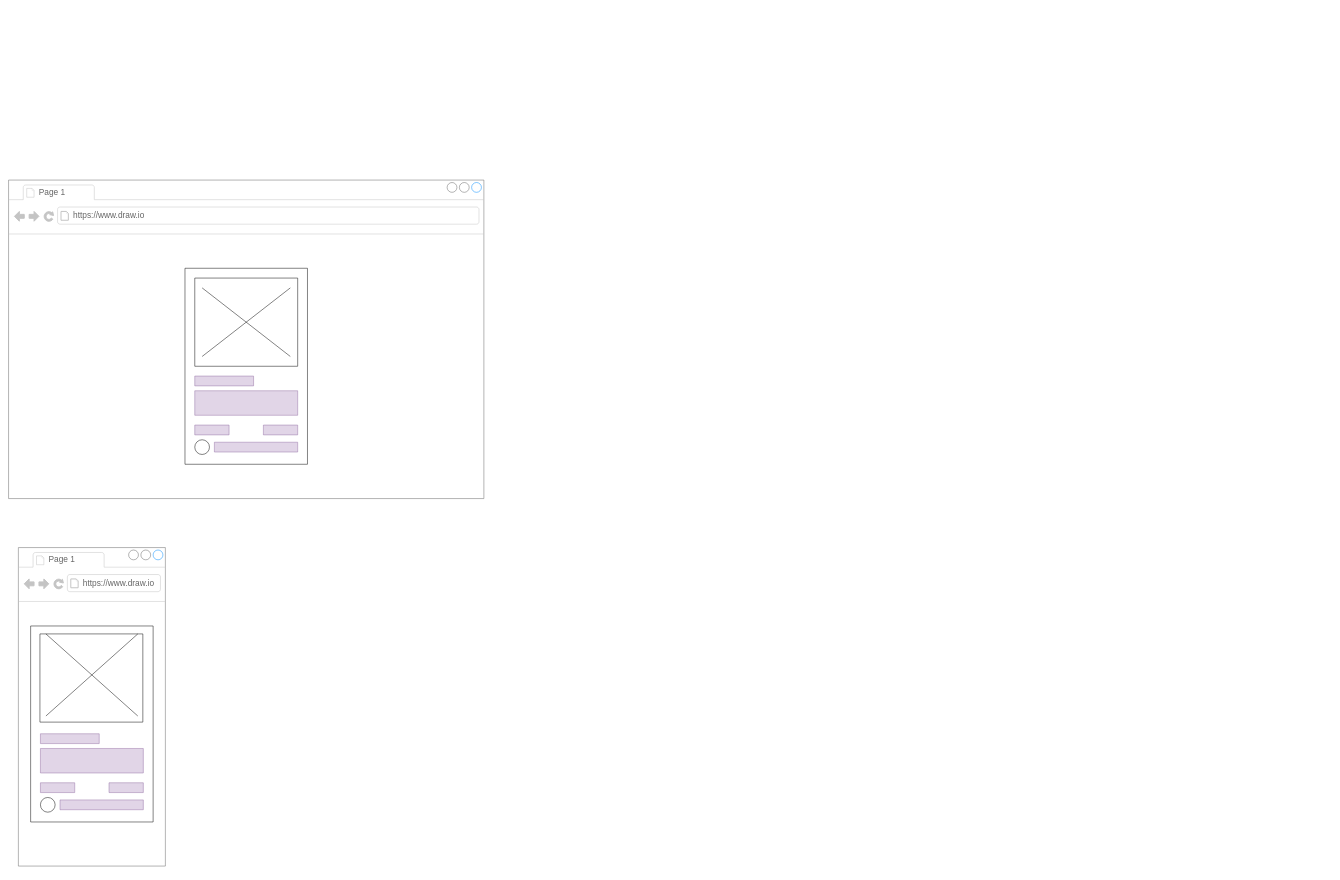
Above: Diagrama sem nome.drawio in AydomSantos/draw-Diagramas-e-Fluxogramas (draw.io), before the change. Source tidied: cells renumbered, new cells numbered last; positions are measured from the earlier drawing's top-left corner, leaving out a move shared by most shapes. Both pictures are drawn from the tidied source at 49%, with x=0, y=0 at pixel (8, 180).
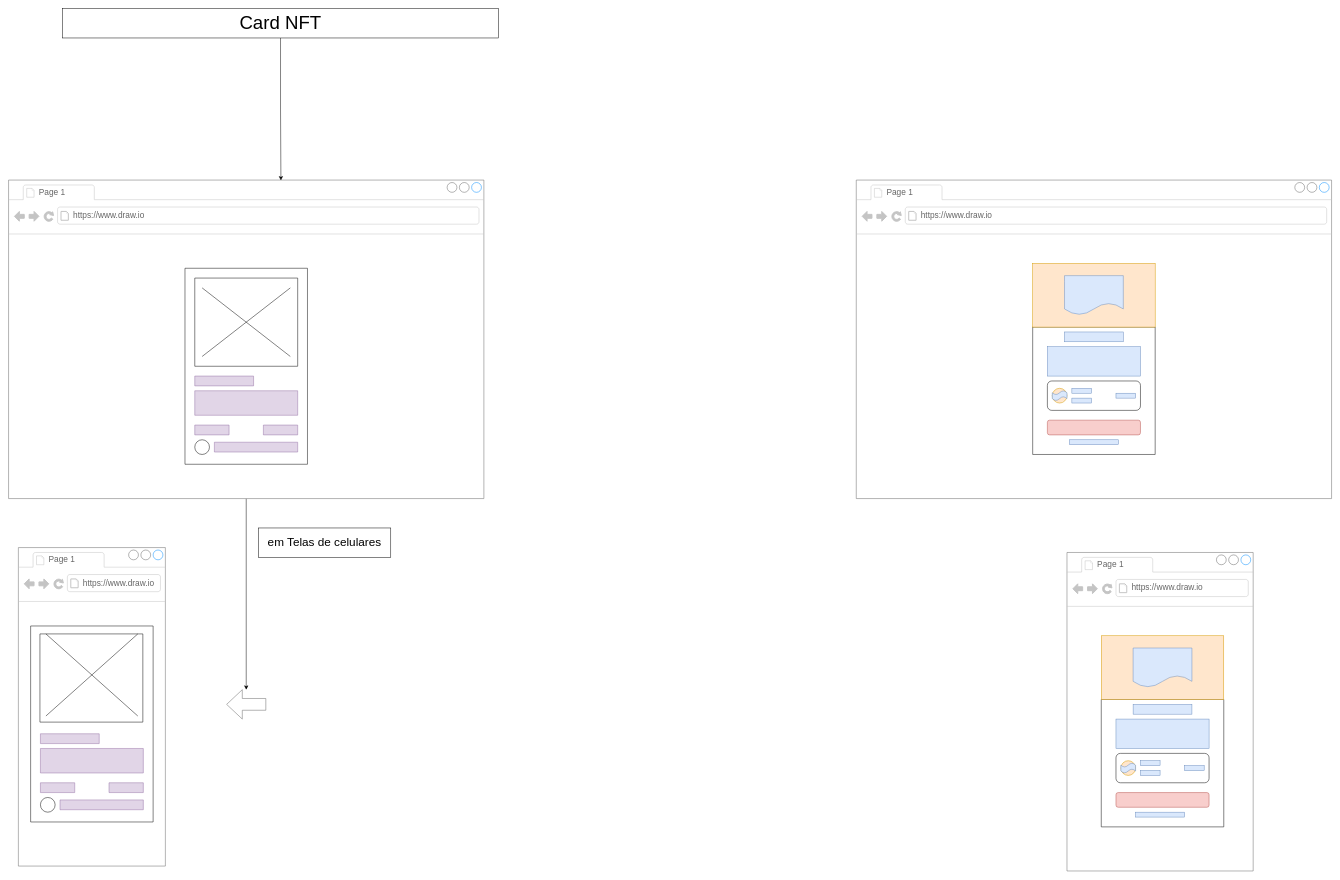
After the change.

The change refers to these unchanged cells:
```xml
<mxCell id="2" style="strokeWidth=1;shadow=0;dashed=0;align=center;html=1;shape=mxgraph.mockup.containers.browserWindow;rSize=0;strokeColor=#666666;strokeColor2=#008cff;strokeColor3=#c4c4c4;mainText=,;" parent="1" vertex="1">
  <mxGeometry width="970" height="650" as="geometry" />
</mxCell>
```

Change to the diagram source:
```diff
@@
+    <mxCell id="26" style="edgeStyle=orthogonalEdgeStyle;rounded=0;jettySize=auto;html=1;" parent="1" edge="1" source="2" target="29">
+      <mxGeometry relative="1" as="geometry" />
+    </mxCell>
@@
+    <mxCell id="27" style="edgeStyle=orthogonalEdgeStyle;rounded=0;jettySize=auto;html=1;entryX=0.573;entryY=0.001;entryDx=0;entryDy=0;entryPerimeter=0;" parent="1" edge="1" source="28" target="2">
+      <mxGeometry relative="1" as="geometry" />
+    </mxCell>
+    <mxCell id="28" value="&lt;font style=&quot;font-size: 38px;&quot;&gt;Card NFT&lt;/font&gt;" style="rounded=0;whiteSpace=wrap;html=1;" parent="1" vertex="1">
+      <mxGeometry x="110" y="-350" width="890" height="60" as="geometry" />
+    </mxCell>
+    <mxCell id="29" style="shape=singleArrow;whiteSpace=wrap;html=1;arrowWidth=0.4;arrowSize=0.4;strokeColor=#666666;strokeWidth=1;shadow=0;dashed=0;rotation=-180;" parent="1" vertex="1">
+      <mxGeometry x="445" y="1040" width="80" height="60" as="geometry" />
+    </mxCell>
+    <mxCell id="30" value="&lt;font style=&quot;font-size: 24px;&quot;&gt;em Telas de celulares&lt;/font&gt;" style="whiteSpace=wrap;html=1;" parent="1" vertex="1">
+      <mxGeometry x="510" y="710" width="270" height="60" as="geometry" />
+    </mxCell>
+    <mxCell id="31" style="strokeWidth=1;shadow=0;dashed=0;align=center;html=1;shape=mxgraph.mockup.containers.browserWindow;rSize=0;strokeColor=#666666;strokeColor2=#008cff;strokeColor3=#c4c4c4;mainText=,;" parent="1" vertex="1">
+      <mxGeometry x="1730" width="970" height="650" as="geometry" />
+    </mxCell>
+    <mxCell id="32" value="Page 1" style="strokeWidth=1;shadow=0;dashed=0;align=center;html=1;shape=mxgraph.mockup.containers.anchor;fontSize=17;fontColor=#666666;align=left;whiteSpace=wrap;" parent="31" vertex="1">
+      <mxGeometry x="60" y="12" width="110" height="26" as="geometry" />
+    </mxCell>
+    <mxCell id="33" value="https://www.draw.io" style="strokeWidth=1;shadow=0;dashed=0;align=center;html=1;shape=mxgraph.mockup.containers.anchor;rSize=0;fontSize=17;fontColor=#666666;align=left;" parent="31" vertex="1">
+      <mxGeometry x="130" y="60" width="250" height="26" as="geometry" />
+    </mxCell>
+    <mxCell id="34" style="verticalLabelPosition=bottom;verticalAlign=top;html=1;shape=mxgraph.basic.rect;fillColor2=none;strokeWidth=1;size=20;indent=5;" parent="31" vertex="1">
+      <mxGeometry x="360" y="300" width="250" height="260" as="geometry" />
+    </mxCell>
+    <mxCell id="35" style="rounded=0;whiteSpace=wrap;html=1;fillColor=#ffe6cc;strokeColor=#d79b00;" parent="31" vertex="1">
+      <mxGeometry x="360" y="170" width="250" height="130" as="geometry" />
+    </mxCell>
+    <mxCell id="36" style="shape=document;whiteSpace=wrap;html=1;boundedLbl=1;fillColor=#dae8fc;strokeColor=#6c8ebf;" parent="31" vertex="1">
+      <mxGeometry x="425" y="195" width="120" height="80" as="geometry" />
+    </mxCell>
+    <mxCell id="37" style="rounded=0;whiteSpace=wrap;html=1;fillColor=#dae8fc;strokeColor=#6c8ebf;" parent="31" vertex="1">
+      <mxGeometry x="425" y="310" width="120" height="20" as="geometry" />
+    </mxCell>
+    <mxCell id="38" style="rounded=0;whiteSpace=wrap;html=1;fillColor=#dae8fc;strokeColor=#6c8ebf;" parent="31" vertex="1">
+      <mxGeometry x="390" y="340" width="190" height="60" as="geometry" />
+    </mxCell>
+    <mxCell id="39" style="rounded=1;whiteSpace=wrap;html=1;" parent="31" vertex="1">
+      <mxGeometry x="390" y="410" width="190" height="60" as="geometry" />
+    </mxCell>
+    <mxCell id="40" style="ellipse;whiteSpace=wrap;html=1;fillColor=#ffe6cc;strokeColor=#d79b00;" parent="31" vertex="1">
+      <mxGeometry x="400" y="425" width="30" height="30" as="geometry" />
+    </mxCell>
+    <mxCell id="41" style="rounded=0;whiteSpace=wrap;html=1;fillColor=#dae8fc;strokeColor=#6c8ebf;" parent="31" vertex="1">
+      <mxGeometry x="440" y="425" width="40" height="10" as="geometry" />
+    </mxCell>
+    <mxCell id="42" style="rounded=0;whiteSpace=wrap;html=1;fillColor=#dae8fc;strokeColor=#6c8ebf;" parent="31" vertex="1">
+      <mxGeometry x="440" y="445" width="40" height="10" as="geometry" />
+    </mxCell>
+    <mxCell id="43" style="rounded=0;whiteSpace=wrap;html=1;fillColor=#dae8fc;strokeColor=#6c8ebf;" parent="31" vertex="1">
+      <mxGeometry x="530" y="435" width="40" height="10" as="geometry" />
+    </mxCell>
+    <mxCell id="44" style="shape=tape;whiteSpace=wrap;html=1;fillColor=#dae8fc;strokeColor=#6c8ebf;" parent="31" vertex="1">
+      <mxGeometry x="400" y="430" width="30" height="20" as="geometry" />
+    </mxCell>
+    <mxCell id="45" style="rounded=1;whiteSpace=wrap;html=1;shadow=0;fillColor=#f8cecc;strokeColor=#b85450;" parent="31" vertex="1">
+      <mxGeometry x="390" y="490" width="190" height="30" as="geometry" />
+    </mxCell>
+    <mxCell id="46" style="rounded=0;whiteSpace=wrap;html=1;fillColor=#dae8fc;strokeColor=#6c8ebf;" parent="31" vertex="1">
+      <mxGeometry x="435" y="530" width="100" height="10" as="geometry" />
+    </mxCell>
+    <mxCell id="47" style="strokeWidth=1;shadow=0;dashed=0;align=center;html=1;shape=mxgraph.mockup.containers.browserWindow;rSize=0;strokeColor=#666666;strokeColor2=#008cff;strokeColor3=#c4c4c4;mainText=,;" parent="1" vertex="1">
+      <mxGeometry x="2160" y="760" width="380" height="650" as="geometry" />
+    </mxCell>
+    <mxCell id="48" value="Page 1" style="strokeWidth=1;shadow=0;dashed=0;align=center;html=1;shape=mxgraph.mockup.containers.anchor;fontSize=17;fontColor=#666666;align=left;whiteSpace=wrap;" parent="47" vertex="1">
+      <mxGeometry x="60" y="12" width="110" height="26" as="geometry" />
+    </mxCell>
+    <mxCell id="49" value="https://www.draw.io" style="strokeWidth=1;shadow=0;dashed=0;align=center;html=1;shape=mxgraph.mockup.containers.anchor;rSize=0;fontSize=17;fontColor=#666666;align=left;" parent="47" vertex="1">
+      <mxGeometry x="130" y="60" width="250" height="26" as="geometry" />
+    </mxCell>
+    <mxCell id="50" style="verticalLabelPosition=bottom;verticalAlign=top;html=1;shape=mxgraph.basic.rect;fillColor2=none;strokeWidth=1;size=20;indent=5;" parent="47" vertex="1">
+      <mxGeometry x="70" y="300" width="250" height="260" as="geometry" />
+    </mxCell>
+    <mxCell id="51" style="rounded=0;whiteSpace=wrap;html=1;fillColor=#ffe6cc;strokeColor=#d79b00;" parent="47" vertex="1">
+      <mxGeometry x="70" y="170" width="250" height="130" as="geometry" />
+    </mxCell>
+    <mxCell id="52" style="shape=document;whiteSpace=wrap;html=1;boundedLbl=1;fillColor=#dae8fc;strokeColor=#6c8ebf;" parent="47" vertex="1">
+      <mxGeometry x="135" y="195" width="120" height="80" as="geometry" />
+    </mxCell>
+    <mxCell id="53" style="rounded=0;whiteSpace=wrap;html=1;fillColor=#dae8fc;strokeColor=#6c8ebf;" parent="47" vertex="1">
+      <mxGeometry x="135" y="310" width="120" height="20" as="geometry" />
+    </mxCell>
+    <mxCell id="54" style="rounded=0;whiteSpace=wrap;html=1;fillColor=#dae8fc;strokeColor=#6c8ebf;" parent="47" vertex="1">
+      <mxGeometry x="100" y="340" width="190" height="60" as="geometry" />
+    </mxCell>
+    <mxCell id="55" style="rounded=1;whiteSpace=wrap;html=1;" parent="47" vertex="1">
+      <mxGeometry x="100" y="410" width="190" height="60" as="geometry" />
+    </mxCell>
+    <mxCell id="56" style="ellipse;whiteSpace=wrap;html=1;fillColor=#ffe6cc;strokeColor=#d79b00;" parent="47" vertex="1">
+      <mxGeometry x="110" y="425" width="30" height="30" as="geometry" />
+    </mxCell>
+    <mxCell id="57" style="rounded=0;whiteSpace=wrap;html=1;fillColor=#dae8fc;strokeColor=#6c8ebf;" parent="47" vertex="1">
+      <mxGeometry x="150" y="425" width="40" height="10" as="geometry" />
+    </mxCell>
+    <mxCell id="58" style="rounded=0;whiteSpace=wrap;html=1;fillColor=#dae8fc;strokeColor=#6c8ebf;" parent="47" vertex="1">
+      <mxGeometry x="150" y="445" width="40" height="10" as="geometry" />
+    </mxCell>
+    <mxCell id="59" style="rounded=0;whiteSpace=wrap;html=1;fillColor=#dae8fc;strokeColor=#6c8ebf;" parent="47" vertex="1">
+      <mxGeometry x="240" y="435" width="40" height="10" as="geometry" />
+    </mxCell>
+    <mxCell id="60" style="shape=tape;whiteSpace=wrap;html=1;fillColor=#dae8fc;strokeColor=#6c8ebf;" parent="47" vertex="1">
+      <mxGeometry x="110" y="430" width="30" height="20" as="geometry" />
+    </mxCell>
+    <mxCell id="61" style="rounded=1;whiteSpace=wrap;html=1;shadow=0;fillColor=#f8cecc;strokeColor=#b85450;" parent="47" vertex="1">
+      <mxGeometry x="100" y="490" width="190" height="30" as="geometry" />
+    </mxCell>
+    <mxCell id="62" style="rounded=0;whiteSpace=wrap;html=1;fillColor=#dae8fc;strokeColor=#6c8ebf;" parent="47" vertex="1">
+      <mxGeometry x="140" y="530" width="100" height="10" as="geometry" />
+    </mxCell>
```
